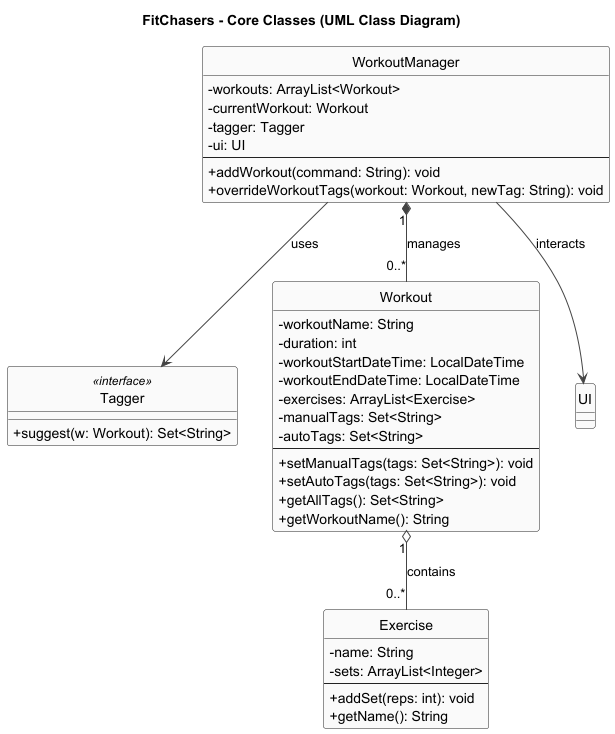
Exceptional-Khoi/tp keeps this PlantUML diagram as docs/diagrams/WorkoutManager_class_diagram.png. Above is the earlier version.
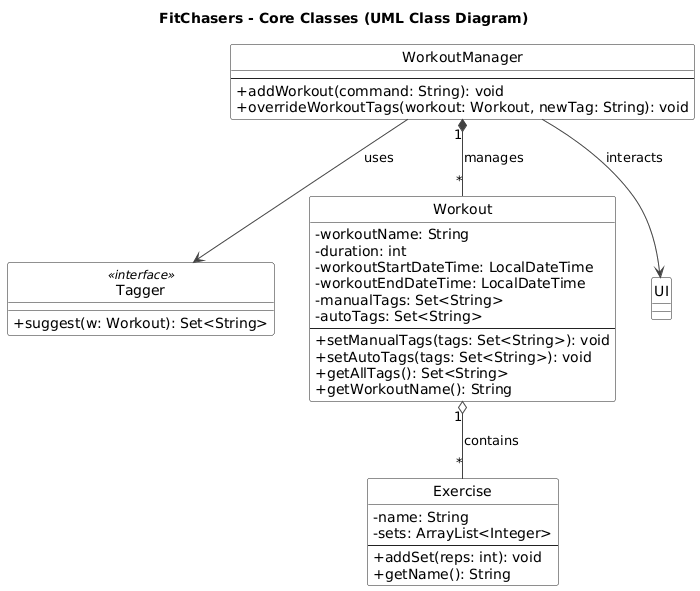
Later version of the same file.

Commit message:
DG Fix for multiplicities and class diagram of WorkoutManager(#261)

Change to the diagram source:
```diff
@@ -12,10 +12,6 @@
 hide circle
 
 class WorkoutManager {
-  -workouts: ArrayList<Workout>
-  -currentWorkout: Workout
-  -tagger: Tagger
-  -ui: UI
   --
   +addWorkout(command: String): void
   +overrideWorkoutTags(workout: Workout, newTag: String): void
@@ -30,7 +26,6 @@
   -duration: int
   -workoutStartDateTime: LocalDateTime
   -workoutEndDateTime: LocalDateTime
-  -exercises: ArrayList<Exercise>
   -manualTags: Set<String>
   -autoTags: Set<String>
   --
@@ -50,9 +45,8 @@
 
 class UI
 
-WorkoutManager "1" *-- "0..*" Workout : manages
+WorkoutManager "1" *-- "*" Workout : manages
 WorkoutManager --> Tagger : uses
 WorkoutManager --> UI : interacts
-Workout "1" o-- "0..*" Exercise : contains
-
+Workout "1" o-- "*" Exercise : contains
 @enduml
```
